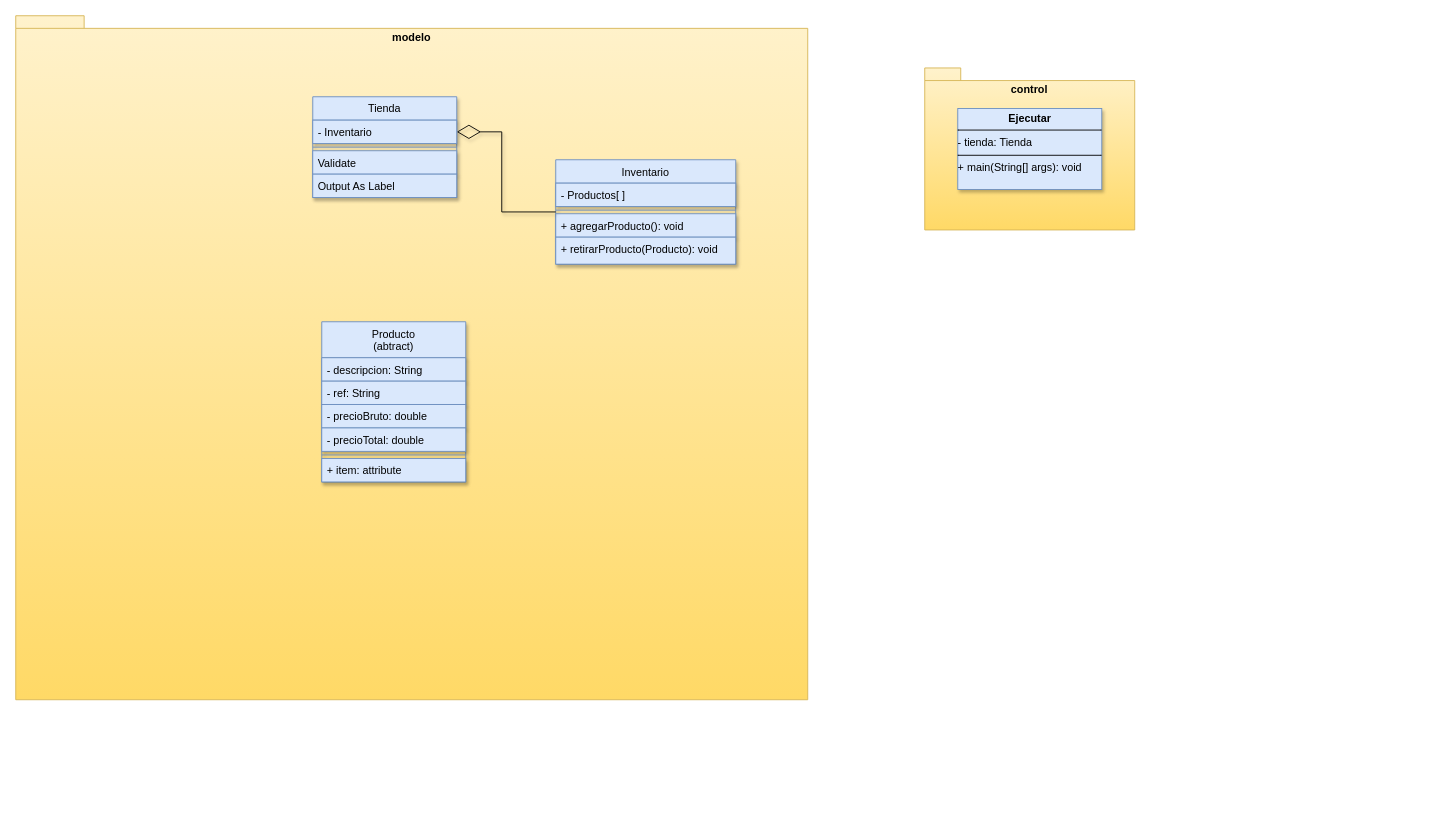
Above: ProyectoPOO2024-2/UMLProyecto.drawio in AndresFCastano7723/ProyectoPOO2024-2 (draw.io), before the change. Source tidied: cells renumbered, new cells numbered last; positions are measured from the earlier drawing's top-left corner, leaving out a move shared by most shapes. Both pictures are drawn from the tidied source at 90%, with x=0, y=0 at pixel (15, 15).
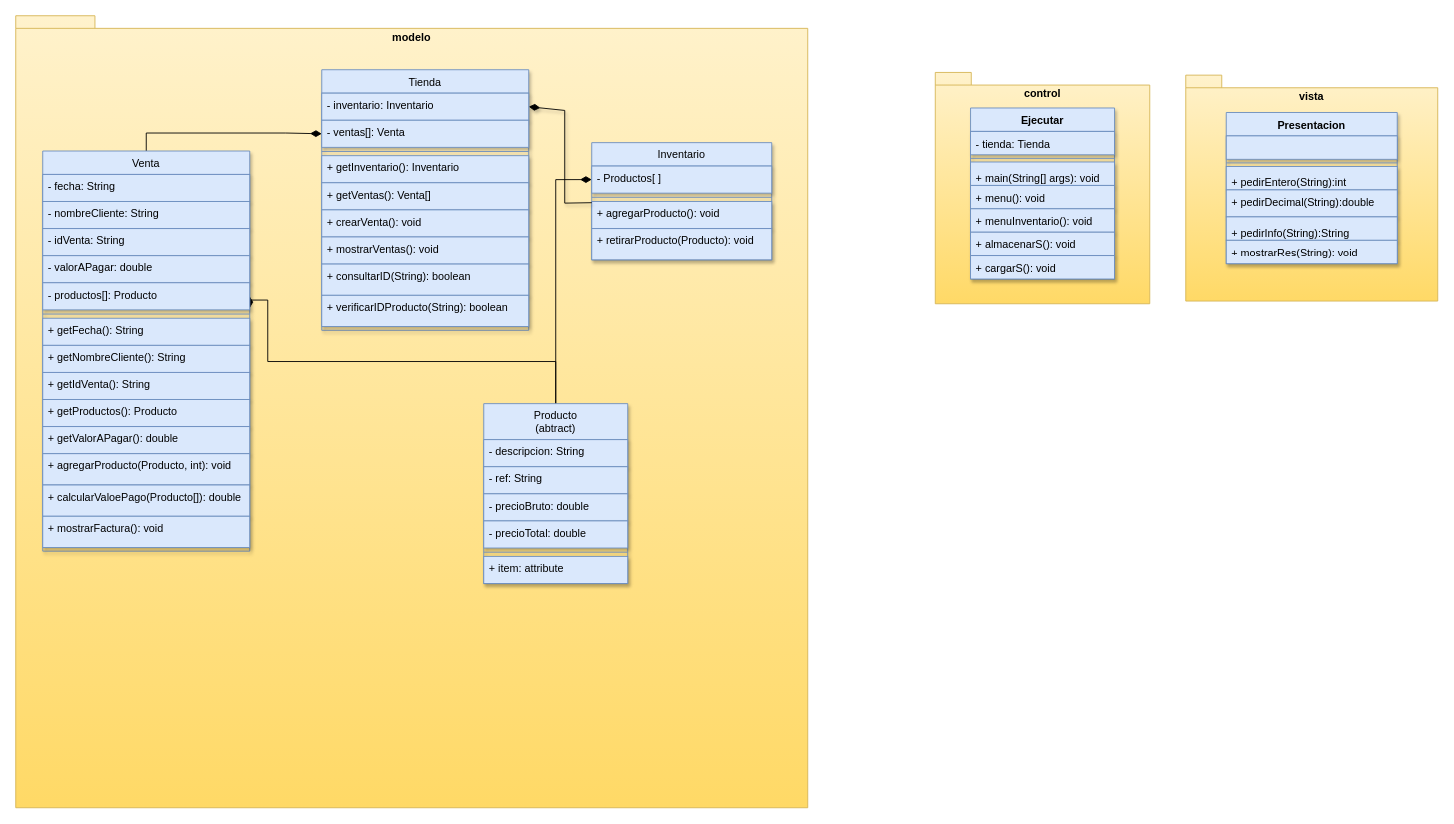
The same diagram, later.

Change to the diagram source:
```diff
@@
-    <mxCell id="2" style="group;" parent="1" vertex="1">
-      <mxGeometry x="1010" y="58" width="233.3" height="180" as="geometry" />
-    </mxCell>
-    <mxCell id="3" value="control" style="shape=folder;fontStyle=1;spacingTop=10;tabWidth=40;tabHeight=14;tabPosition=left;html=1;whiteSpace=wrap;verticalAlign=top;fillColor=#fff2cc;strokeColor=#d6b656;gradientColor=#ffd966;" parent="2" vertex="1">
-      <mxGeometry width="233.3" height="180" as="geometry" />
-    </mxCell>
-    <mxCell id="4" value="&lt;p style=&quot;margin:0px;margin-top:4px;text-align:center;&quot;&gt;&lt;b&gt;Ejecutar&lt;/b&gt;&lt;/p&gt;&lt;hr size=&quot;1&quot; style=&quot;border-style:solid;&quot;&gt;- tienda: Tienda&lt;br&gt;&lt;hr size=&quot;1&quot; style=&quot;border-style:solid;&quot;&gt;+ main(String[] args): void" style="verticalAlign=top;align=left;overflow=fill;html=1;whiteSpace=wrap;strokeColor=#6c8ebf;spacingLeft=4;spacingRight=4;fontFamily=Helvetica;fontSize=12;fontColor=default;fillColor=#dae8fc;gradientColor=none;shadow=1;glass=0;rounded=0;" parent="2" vertex="1">
-      <mxGeometry x="36.7" y="45" width="160" height="90" as="geometry" />
-    </mxCell>
     <mxCell id="5" style="group;" parent="1" vertex="1">
-      <mxGeometry width="880" height="760" as="geometry" />
+      <mxGeometry width="880" height="880" as="geometry" />
     </mxCell>
     <mxCell id="6" value="modelo" style="shape=folder;fontStyle=1;spacingTop=10;tabWidth=40;tabHeight=14;tabPosition=left;html=1;whiteSpace=wrap;verticalAlign=top;fillColor=#fff2cc;strokeColor=#d6b656;gradientColor=#ffd966;" parent="5" vertex="1">
-      <mxGeometry width="880" height="760" as="geometry" />
+      <mxGeometry width="880" height="880" as="geometry" />
     </mxCell>
     <mxCell id="7" value="Inventario" style="swimlane;fontStyle=0;align=center;verticalAlign=top;horizontal=1;startSize=26;rounded=0;shadow=1;strokeWidth=1;fillColor=#dae8fc;strokeColor=#6c8ebf;" parent="5" vertex="1">
-      <mxGeometry x="600" y="160" width="200" height="116" as="geometry" />
+      <mxGeometry x="640" y="141" width="200" height="130.2" as="geometry" />
     </mxCell>
     <mxCell id="8" value="- Productos[ ]" style="text;align=left;verticalAlign=top;spacingLeft=4;spacingRight=4;overflow=hidden;points=[[0,0.5],[1,0.5]];portConstraint=eastwest;fillColor=#dae8fc;strokeColor=#6c8ebf;shadow=1;" parent="7" vertex="1">
-      <mxGeometry y="26" width="200" height="26" as="geometry" />
+      <mxGeometry y="26" width="200" height="30.1" as="geometry" />
     </mxCell>
     <mxCell id="9" style="line;html=1;strokeWidth=1;align=left;verticalAlign=middle;spacingTop=-1;spacingLeft=3;spacingRight=3;labelPosition=right;fillColor=#dae8fc;strokeColor=#6c8ebf;shadow=1;" parent="7" vertex="1">
-      <mxGeometry y="52" width="200" height="8" as="geometry" />
+      <mxGeometry y="56.1" width="200" height="9.3" as="geometry" />
     </mxCell>
     <mxCell id="10" value="+ agregarProducto(): void" style="text;align=left;verticalAlign=top;spacingLeft=4;spacingRight=4;overflow=hidden;fontStyle=0;fillColor=#dae8fc;strokeColor=#6c8ebf;shadow=1;" parent="7" vertex="1">
-      <mxGeometry y="60" width="200" height="26" as="geometry" />
+      <mxGeometry y="65.4" width="200" height="30.1" as="geometry" />
     </mxCell>
     <mxCell id="11" value="+ retirarProducto(Producto): void" style="text;align=left;verticalAlign=top;spacingLeft=4;spacingRight=4;overflow=hidden;fillColor=#dae8fc;strokeColor=#6c8ebf;shadow=1;" parent="7" vertex="1">
-      <mxGeometry y="86" width="200" height="30" as="geometry" />
+      <mxGeometry y="95.5" width="200" height="34.7" as="geometry" />
     </mxCell>
+    <mxCell id="25" style="edgeStyle=orthogonalEdgeStyle;rounded=0;jettySize=auto;html=1;entryX=0;entryY=0.5;entryDx=0;entryDy=0;fontFamily=Helvetica;fontSize=12;fontColor=default;fontStyle=1;endArrow=diamondThin;endFill=1;endSize=10;" parent="5" edge="1" source="12" target="8">
+      <mxGeometry relative="1" as="geometry" />
+    </mxCell>
+    <mxCell id="26" style="edgeStyle=orthogonalEdgeStyle;rounded=0;jettySize=auto;html=1;entryX=1;entryY=0.5;entryDx=0;entryDy=0;fontFamily=Helvetica;fontSize=12;fontColor=default;fontStyle=1;endArrow=diamondThin;endFill=1;endSize=10;" parent="5" edge="1" source="12" target="38">
+      <mxGeometry relative="1" as="geometry">
+        <Array as="points">
+          <mxPoint x="600" y="384.2" />
+          <mxPoint x="280" y="384.2" />
+          <mxPoint x="280" y="315.9" />
+        </Array>
+      </mxGeometry>
+    </mxCell>
     <mxCell id="12" value="Producto&#10;(abtract)&#10;" style="swimlane;fontStyle=0;align=center;verticalAlign=top;horizontal=1;startSize=40;rounded=0;shadow=1;strokeWidth=1;fillColor=#dae8fc;strokeColor=#6c8ebf;" parent="5" vertex="1">
-      <mxGeometry x="340" y="340" width="160" height="178" as="geometry" />
+      <mxGeometry x="520" y="431" width="160" height="200" as="geometry" />
     </mxCell>
     <mxCell id="13" value="- descripcion: String" style="text;align=left;verticalAlign=top;spacingLeft=4;spacingRight=4;overflow=hidden;fillColor=#dae8fc;strokeColor=#6c8ebf;shadow=1;" parent="12" vertex="1">
-      <mxGeometry y="40" width="160" height="26" as="geometry" />
+      <mxGeometry y="40" width="160" height="30.1" as="geometry" />
     </mxCell>
     <mxCell id="14" value="- ref: String" style="text;align=left;verticalAlign=top;spacingLeft=4;spacingRight=4;overflow=hidden;fillColor=#dae8fc;strokeColor=#6c8ebf;shadow=1;" parent="12" vertex="1">
-      <mxGeometry y="66" width="160" height="26" as="geometry" />
+      <mxGeometry y="70.1" width="160" height="30.1" as="geometry" />
     </mxCell>
     <mxCell id="15" value="- precioBruto: double" style="text;align=left;verticalAlign=top;spacingLeft=4;spacingRight=4;overflow=hidden;fillColor=#dae8fc;strokeColor=#6c8ebf;shadow=1;" parent="12" vertex="1">
-      <mxGeometry y="92" width="160" height="26" as="geometry" />
+      <mxGeometry y="100.2" width="160" height="30.1" as="geometry" />
     </mxCell>
     <mxCell id="16" value="- precioTotal: double" style="text;align=left;verticalAlign=top;spacingLeft=4;spacingRight=4;overflow=hidden;fillColor=#dae8fc;strokeColor=#6c8ebf;shadow=1;" parent="12" vertex="1">
-      <mxGeometry y="118" width="160" height="26" as="geometry" />
+      <mxGeometry y="130.3" width="160" height="30.1" as="geometry" />
     </mxCell>
     <mxCell id="17" style="line;html=1;strokeWidth=1;align=left;verticalAlign=middle;spacingTop=-1;spacingLeft=3;spacingRight=3;labelPosition=right;fillColor=#dae8fc;strokeColor=#6c8ebf;shadow=1;" parent="12" vertex="1">
-      <mxGeometry y="144" width="160" height="8" as="geometry" />
+      <mxGeometry y="160.4" width="160" height="9.3" as="geometry" />
     </mxCell>
     <mxCell id="18" value="+ item: attribute" style="text;align=left;verticalAlign=top;spacingLeft=4;spacingRight=4;overflow=hidden;fillColor=#dae8fc;strokeColor=#6c8ebf;shadow=1;" parent="12" vertex="1">
-      <mxGeometry y="152" width="160" height="26" as="geometry" />
+      <mxGeometry y="169.7" width="160" height="30.1" as="geometry" />
     </mxCell>
-    <mxCell id="19" style="endArrow=diamondThin;endFill=0;endSize=24;html=1;rounded=0;fontFamily=Helvetica;fontSize=12;fontColor=default;fontStyle=2;entryX=1;entryY=0.5;entryDx=0;entryDy=0;entryPerimeter=0;shadow=1;" parent="5" edge="1" source="7" target="21">
+    <mxCell id="19" style="endArrow=diamondThin;endFill=1;endSize=10;html=1;rounded=0;fontFamily=Helvetica;fontSize=12;fontColor=default;fontStyle=2;entryX=1;entryY=0.5;entryDx=0;entryDy=0;entryPerimeter=0;shadow=1;" parent="5" edge="1" source="7" target="21">
       <mxGeometry relative="1" as="geometry">
         <Array as="points">
-          <mxPoint x="540" y="218" />
-          <mxPoint x="540" y="129" />
+          <mxPoint x="610" y="208.2" />
+          <mxPoint x="610" y="105.2" />
         </Array>
       </mxGeometry>
     </mxCell>
     <mxCell id="20" value="Tienda" style="swimlane;fontStyle=0;align=center;verticalAlign=top;horizontal=1;startSize=26;rounded=0;shadow=1;strokeWidth=1;fillColor=#dae8fc;strokeColor=#6c8ebf;" parent="5" vertex="1">
-      <mxGeometry x="330" y="90" width="160" height="112" as="geometry" />
+      <mxGeometry x="340" y="60" width="230" height="289.5" as="geometry" />
     </mxCell>
-    <mxCell id="21" value="- Inventario" style="text;align=left;verticalAlign=top;spacingLeft=4;spacingRight=4;overflow=hidden;points=[[0,0.5],[1,0.5]];portConstraint=eastwest;fillColor=#dae8fc;strokeColor=#6c8ebf;shadow=1;" parent="20" vertex="1">
-      <mxGeometry y="26" width="160" height="26" as="geometry" />
+    <mxCell id="21" value="- inventario: Inventario" style="text;align=left;verticalAlign=top;spacingLeft=4;spacingRight=4;overflow=hidden;points=[[0,0.5],[1,0.5]];portConstraint=eastwest;fillColor=#dae8fc;strokeColor=#6c8ebf;shadow=1;" parent="20" vertex="1">
+      <mxGeometry y="26" width="230" height="30.1" as="geometry" />
     </mxCell>
+    <mxCell id="27" value="- ventas[]: Venta" style="text;align=left;verticalAlign=top;spacingLeft=4;spacingRight=4;overflow=hidden;points=[[0,0.5],[1,0.5]];portConstraint=eastwest;fillColor=#dae8fc;strokeColor=#6c8ebf;shadow=1;" parent="20" vertex="1">
+      <mxGeometry y="56.1" width="230" height="30.1" as="geometry" />
+    </mxCell>
     <mxCell id="22" style="line;html=1;strokeWidth=1;align=left;verticalAlign=middle;spacingTop=-1;spacingLeft=3;spacingRight=3;labelPosition=right;fillColor=#dae8fc;strokeColor=#6c8ebf;shadow=1;" parent="20" vertex="1">
-      <mxGeometry y="52" width="160" height="8" as="geometry" />
+      <mxGeometry y="86.2" width="230" height="9.3" as="geometry" />
     </mxCell>
-    <mxCell id="23" value="Validate" style="text;align=left;verticalAlign=top;spacingLeft=4;spacingRight=4;overflow=hidden;fillColor=#dae8fc;strokeColor=#6c8ebf;shadow=1;" parent="20" vertex="1">
-      <mxGeometry y="60" width="160" height="26" as="geometry" />
+    <mxCell id="23" value="+ getInventario(): Inventario" style="text;align=left;verticalAlign=top;spacingLeft=4;spacingRight=4;overflow=hidden;fillColor=#dae8fc;strokeColor=#6c8ebf;shadow=1;" parent="20" vertex="1">
+      <mxGeometry y="95.5" width="230" height="30.1" as="geometry" />
     </mxCell>
-    <mxCell id="24" value="Output As Label" style="text;align=left;verticalAlign=top;spacingLeft=4;spacingRight=4;overflow=hidden;fillColor=#dae8fc;strokeColor=#6c8ebf;shadow=1;" parent="20" vertex="1">
-      <mxGeometry y="86" width="160" height="26" as="geometry" />
+    <mxCell id="24" value="+ getVentas(): Venta[]" style="text;align=left;verticalAlign=top;spacingLeft=4;spacingRight=4;overflow=hidden;fillColor=#dae8fc;strokeColor=#6c8ebf;shadow=1;" parent="20" vertex="1">
+      <mxGeometry y="125.6" width="230" height="30.1" as="geometry" />
     </mxCell>
+    <mxCell id="28" value="+ crearVenta(): void" style="text;align=left;verticalAlign=top;spacingLeft=4;spacingRight=4;overflow=hidden;fillColor=#dae8fc;strokeColor=#6c8ebf;shadow=1;" parent="20" vertex="1">
+      <mxGeometry y="155.7" width="230" height="30.1" as="geometry" />
+    </mxCell>
+    <mxCell id="29" value="+ mostrarVentas(): void" style="text;align=left;verticalAlign=top;spacingLeft=4;spacingRight=4;overflow=hidden;fillColor=#dae8fc;strokeColor=#6c8ebf;shadow=1;" parent="20" vertex="1">
+      <mxGeometry y="185.8" width="230" height="30.1" as="geometry" />
+    </mxCell>
+    <mxCell id="30" value="+ consultarID(String): boolean" style="text;align=left;verticalAlign=top;spacingLeft=4;spacingRight=4;overflow=hidden;fillColor=#dae8fc;strokeColor=#6c8ebf;shadow=1;" parent="20" vertex="1">
+      <mxGeometry y="215.9" width="230" height="34.7" as="geometry" />
+    </mxCell>
+    <mxCell id="31" value="+ verificarIDProducto(String): boolean" style="text;align=left;verticalAlign=top;spacingLeft=4;spacingRight=4;overflow=hidden;fillColor=#dae8fc;strokeColor=#6c8ebf;shadow=1;" parent="20" vertex="1">
+      <mxGeometry y="250.6" width="230" height="34.7" as="geometry" />
+    </mxCell>
+    <mxCell id="32" style="edgeStyle=orthogonalEdgeStyle;rounded=0;jettySize=auto;html=1;entryX=0;entryY=0.5;entryDx=0;entryDy=0;fontFamily=Helvetica;fontSize=12;fontColor=default;fontStyle=1;endArrow=diamondThin;endFill=1;endSize=10;" parent="5" edge="1" source="33" target="27">
+      <mxGeometry relative="1" as="geometry" />
+    </mxCell>
+    <mxCell id="33" value="Venta" style="swimlane;fontStyle=0;align=center;verticalAlign=top;horizontal=1;startSize=26;rounded=0;shadow=1;strokeWidth=1;fillColor=#dae8fc;strokeColor=#6c8ebf;" parent="5" vertex="1">
+      <mxGeometry x="30" y="150.3" width="230" height="444.6" as="geometry" />
+    </mxCell>
+    <mxCell id="34" value="- fecha: String" style="text;align=left;verticalAlign=top;spacingLeft=4;spacingRight=4;overflow=hidden;fillColor=#dae8fc;strokeColor=#6c8ebf;shadow=1;" parent="33" vertex="1">
+      <mxGeometry y="26" width="230" height="30.1" as="geometry" />
+    </mxCell>
+    <mxCell id="35" value="- nombreCliente: String" style="text;align=left;verticalAlign=top;spacingLeft=4;spacingRight=4;overflow=hidden;fillColor=#dae8fc;strokeColor=#6c8ebf;shadow=1;" parent="33" vertex="1">
+      <mxGeometry y="56.1" width="230" height="30.1" as="geometry" />
+    </mxCell>
+    <mxCell id="36" value="- idVenta: String" style="text;align=left;verticalAlign=top;spacingLeft=4;spacingRight=4;overflow=hidden;fillColor=#dae8fc;strokeColor=#6c8ebf;shadow=1;" parent="33" vertex="1">
+      <mxGeometry y="86.2" width="230" height="30.1" as="geometry" />
+    </mxCell>
+    <mxCell id="37" value="- valorAPagar: double" style="text;align=left;verticalAlign=top;spacingLeft=4;spacingRight=4;overflow=hidden;fillColor=#dae8fc;strokeColor=#6c8ebf;shadow=1;" parent="33" vertex="1">
+      <mxGeometry y="116.3" width="230" height="30.1" as="geometry" />
+    </mxCell>
+    <mxCell id="38" value="- productos[]: Producto" style="text;align=left;verticalAlign=top;spacingLeft=4;spacingRight=4;overflow=hidden;points=[[0,0.5],[1,0.5]];portConstraint=eastwest;fillColor=#dae8fc;strokeColor=#6c8ebf;shadow=1;textShadow=0;" parent="33" vertex="1">
+      <mxGeometry y="146.4" width="230" height="30.1" as="geometry" />
+    </mxCell>
+    <mxCell id="39" style="line;html=1;strokeWidth=1;align=left;verticalAlign=middle;spacingTop=-1;spacingLeft=3;spacingRight=3;labelPosition=right;fillColor=#dae8fc;strokeColor=#6c8ebf;shadow=1;" parent="33" vertex="1">
+      <mxGeometry y="176.5" width="230" height="9.3" as="geometry" />
+    </mxCell>
+    <mxCell id="40" value="+ getFecha(): String" style="text;align=left;verticalAlign=top;spacingLeft=4;spacingRight=4;overflow=hidden;fontStyle=0;fillColor=#dae8fc;strokeColor=#6c8ebf;shadow=1;" parent="33" vertex="1">
+      <mxGeometry y="185.8" width="230" height="30.1" as="geometry" />
+    </mxCell>
+    <mxCell id="41" value="+ getNombreCliente(): String" style="text;align=left;verticalAlign=top;spacingLeft=4;spacingRight=4;overflow=hidden;fontStyle=0;fillColor=#dae8fc;strokeColor=#6c8ebf;shadow=1;" parent="33" vertex="1">
+      <mxGeometry y="215.9" width="230" height="30.1" as="geometry" />
+    </mxCell>
+    <mxCell id="42" value="+ getIdVenta(): String" style="text;align=left;verticalAlign=top;spacingLeft=4;spacingRight=4;overflow=hidden;fontStyle=0;fillColor=#dae8fc;strokeColor=#6c8ebf;shadow=1;" parent="33" vertex="1">
+      <mxGeometry y="246" width="230" height="30.1" as="geometry" />
+    </mxCell>
+    <mxCell id="43" value="+ getProductos(): Producto" style="text;align=left;verticalAlign=top;spacingLeft=4;spacingRight=4;overflow=hidden;fontStyle=0;fillColor=#dae8fc;strokeColor=#6c8ebf;shadow=1;" parent="33" vertex="1">
+      <mxGeometry y="276.1" width="230" height="30.1" as="geometry" />
+    </mxCell>
+    <mxCell id="44" value="+ getValorAPagar(): double" style="text;align=left;verticalAlign=top;spacingLeft=4;spacingRight=4;overflow=hidden;fontStyle=0;fillColor=#dae8fc;strokeColor=#6c8ebf;shadow=1;" parent="33" vertex="1">
+      <mxGeometry y="306.2" width="230" height="30.1" as="geometry" />
+    </mxCell>
+    <mxCell id="45" value="+ agregarProducto(Producto, int): void" style="text;align=left;verticalAlign=top;spacingLeft=4;spacingRight=4;overflow=hidden;fontStyle=0;fillColor=#dae8fc;strokeColor=#6c8ebf;shadow=1;" parent="33" vertex="1">
+      <mxGeometry y="336.3" width="230" height="34.7" as="geometry" />
+    </mxCell>
+    <mxCell id="46" value="+ calcularValoePago(Producto[]): double" style="text;align=left;verticalAlign=top;spacingLeft=4;spacingRight=4;overflow=hidden;fontStyle=0;fillColor=#dae8fc;strokeColor=#6c8ebf;shadow=1;" parent="33" vertex="1">
+      <mxGeometry y="371.1" width="230" height="34.7" as="geometry" />
+    </mxCell>
+    <mxCell id="47" value="+ mostrarFactura(): void" style="text;align=left;verticalAlign=top;spacingLeft=4;spacingRight=4;overflow=hidden;fontStyle=0;fillColor=#dae8fc;strokeColor=#6c8ebf;shadow=1;" parent="33" vertex="1">
+      <mxGeometry y="405.8" width="230" height="34.7" as="geometry" />
+    </mxCell>
+    <mxCell id="48" style="group;" parent="1" vertex="1">
+      <mxGeometry x="1300" y="66" width="280" height="251" as="geometry" />
+    </mxCell>
+    <mxCell id="49" value="vista" style="shape=folder;fontStyle=1;spacingTop=10;tabWidth=40;tabHeight=14;tabPosition=left;html=1;whiteSpace=wrap;verticalAlign=top;fillColor=#fff2cc;strokeColor=#d6b656;gradientColor=#ffd966;" parent="48" vertex="1">
+      <mxGeometry width="280" height="251" as="geometry" />
+    </mxCell>
+    <mxCell id="50" value="Presentacion" style="swimlane;fontStyle=1;align=center;verticalAlign=top;horizontal=1;startSize=26;whiteSpace=wrap;html=1;fillColor=#dae8fc;strokeColor=#6c8ebf;shadow=1;" parent="48" vertex="1">
+      <mxGeometry x="45" y="41.5" width="190" height="168" as="geometry" />
+    </mxCell>
+    <mxCell id="51" style="text;strokeColor=#6c8ebf;fillColor=#dae8fc;align=left;verticalAlign=top;spacingLeft=4;spacingRight=4;overflow=hidden;whiteSpace=wrap;html=1;shadow=1;" parent="50" vertex="1">
+      <mxGeometry y="26" width="190" height="26" as="geometry" />
+    </mxCell>
+    <mxCell id="52" style="line;strokeWidth=1;fillColor=none;align=left;verticalAlign=middle;spacingTop=-1;spacingLeft=3;spacingRight=3;labelPosition=right;strokeColor=inherit;shadow=1;" parent="50" vertex="1">
+      <mxGeometry y="52" width="190" height="8" as="geometry" />
+    </mxCell>
+    <mxCell id="53" value="&lt;p style=&quot;margin:0px;margin-top:4px;text-align:center;&quot;&gt;+ pedirEntero(String):int&lt;/p&gt;" style="text;strokeColor=#6c8ebf;fillColor=#dae8fc;align=left;verticalAlign=top;spacingLeft=4;spacingRight=4;overflow=hidden;whiteSpace=wrap;html=1;shadow=1;" parent="50" vertex="1">
+      <mxGeometry y="60" width="190" height="26" as="geometry" />
+    </mxCell>
+    <mxCell id="54" value="+ pedirDecimal(String):double" style="text;strokeColor=#6c8ebf;fillColor=#dae8fc;align=left;verticalAlign=top;spacingLeft=4;spacingRight=4;overflow=hidden;whiteSpace=wrap;html=1;shadow=1;" parent="50" vertex="1">
+      <mxGeometry y="86" width="190" height="30" as="geometry" />
+    </mxCell>
+    <mxCell id="55" value="&lt;p style=&quot;margin:0px;margin-top:4px;text-align:center;&quot;&gt;+ pedirInfo(String):String&lt;/p&gt;" style="text;strokeColor=#6c8ebf;fillColor=#dae8fc;align=left;verticalAlign=top;spacingLeft=4;spacingRight=4;overflow=hidden;whiteSpace=wrap;html=1;shadow=1;" parent="50" vertex="1">
+      <mxGeometry y="116" width="190" height="26" as="geometry" />
+    </mxCell>
+    <mxCell id="56" value="+ mostrarRes(String): void" style="text;strokeColor=#6c8ebf;fillColor=#dae8fc;align=left;verticalAlign=top;spacingLeft=4;spacingRight=4;overflow=hidden;whiteSpace=wrap;html=1;shadow=1;" parent="50" vertex="1">
+      <mxGeometry y="142" width="190" height="26" as="geometry" />
+    </mxCell>
+    <mxCell id="57" style="group;" parent="1" vertex="1">
+      <mxGeometry x="1021.7" y="63" width="238.3" height="257" as="geometry" />
+    </mxCell>
+    <mxCell id="3" value="control" style="shape=folder;fontStyle=1;spacingTop=10;tabWidth=40;tabHeight=14;tabPosition=left;html=1;whiteSpace=wrap;verticalAlign=top;fillColor=#fff2cc;strokeColor=#d6b656;gradientColor=#ffd966;" parent="57" vertex="1">
+      <mxGeometry width="238.3" height="257" as="geometry" />
+    </mxCell>
+    <mxCell id="58" value="&lt;b&gt;Ejecutar&lt;/b&gt;" style="swimlane;fontStyle=1;align=center;verticalAlign=top;horizontal=1;startSize=26;whiteSpace=wrap;html=1;fillColor=#dae8fc;strokeColor=#6c8ebf;shadow=1;" parent="57" vertex="1">
+      <mxGeometry x="39.2" y="39.5" width="160" height="190" as="geometry" />
+    </mxCell>
+    <mxCell id="59" value="- tienda: Tienda" style="text;strokeColor=#6c8ebf;fillColor=#dae8fc;align=left;verticalAlign=top;spacingLeft=4;spacingRight=4;overflow=hidden;whiteSpace=wrap;html=1;shadow=1;" parent="58" vertex="1">
+      <mxGeometry y="26" width="160" height="26" as="geometry" />
+    </mxCell>
+    <mxCell id="60" style="line;strokeWidth=1;fillColor=none;align=left;verticalAlign=middle;spacingTop=-1;spacingLeft=3;spacingRight=3;labelPosition=right;strokeColor=inherit;shadow=1;" parent="58" vertex="1">
+      <mxGeometry y="52" width="160" height="8" as="geometry" />
+    </mxCell>
+    <mxCell id="61" value="&lt;p style=&quot;margin:0px;margin-top:4px;text-align:center;&quot;&gt;+ main(String[] args): void&lt;/p&gt;&lt;div&gt;&lt;br&gt;&lt;br&gt;&lt;/div&gt;" style="text;strokeColor=#6c8ebf;fillColor=#dae8fc;align=left;verticalAlign=top;spacingLeft=4;spacingRight=4;overflow=hidden;whiteSpace=wrap;html=1;shadow=1;" parent="58" vertex="1">
+      <mxGeometry y="60" width="160" height="26" as="geometry" />
+    </mxCell>
+    <mxCell id="62" value="+ menu(): void" style="text;strokeColor=#6c8ebf;fillColor=#dae8fc;align=left;verticalAlign=top;spacingLeft=4;spacingRight=4;overflow=hidden;whiteSpace=wrap;html=1;shadow=1;" parent="58" vertex="1">
+      <mxGeometry y="86" width="160" height="26" as="geometry" />
+    </mxCell>
+    <mxCell id="63" value="+ menuInventario(): void" style="text;strokeColor=#6c8ebf;fillColor=#dae8fc;align=left;verticalAlign=top;spacingLeft=4;spacingRight=4;overflow=hidden;whiteSpace=wrap;html=1;shadow=1;" parent="58" vertex="1">
+      <mxGeometry y="112" width="160" height="26" as="geometry" />
+    </mxCell>
+    <mxCell id="64" value="+ almacenarS(): void" style="text;strokeColor=#6c8ebf;fillColor=#dae8fc;align=left;verticalAlign=top;spacingLeft=4;spacingRight=4;overflow=hidden;whiteSpace=wrap;html=1;shadow=1;" parent="58" vertex="1">
+      <mxGeometry y="138" width="160" height="26" as="geometry" />
+    </mxCell>
+    <mxCell id="65" value="+ cargarS(): void" style="text;strokeColor=#6c8ebf;fillColor=#dae8fc;align=left;verticalAlign=top;spacingLeft=4;spacingRight=4;overflow=hidden;whiteSpace=wrap;html=1;shadow=1;" parent="58" vertex="1">
+      <mxGeometry y="164" width="160" height="26" as="geometry" />
+    </mxCell>
```
